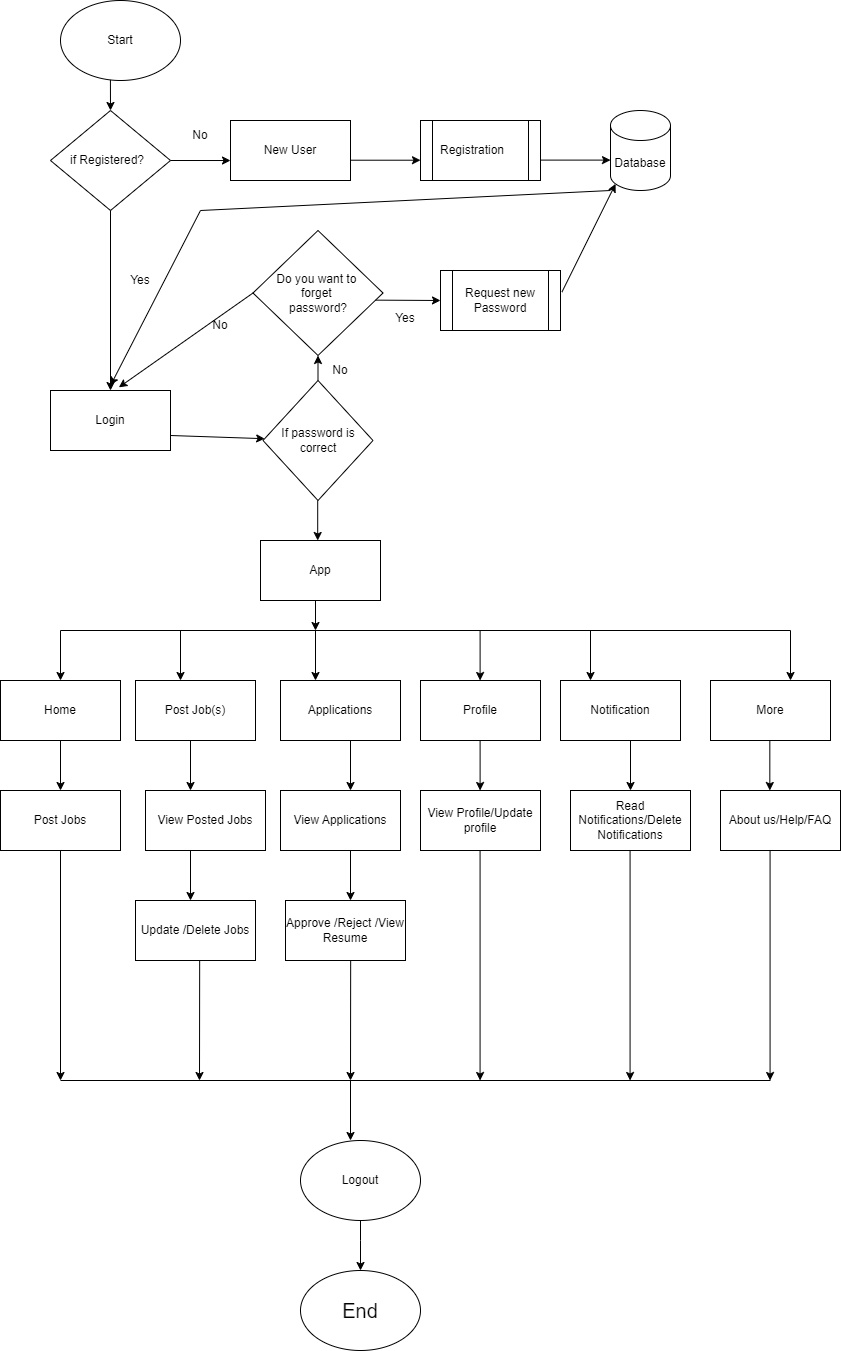
Before: Documentations/Diagrams/empr-flowcharr.drawio.png, a diagram exported from draw.io (Binaya9898/Job-Nexus). Source tidied: cells renumbered, new cells last; positions are measured from the earlier drawing's top-left corner, leaving out a move shared by most shapes.
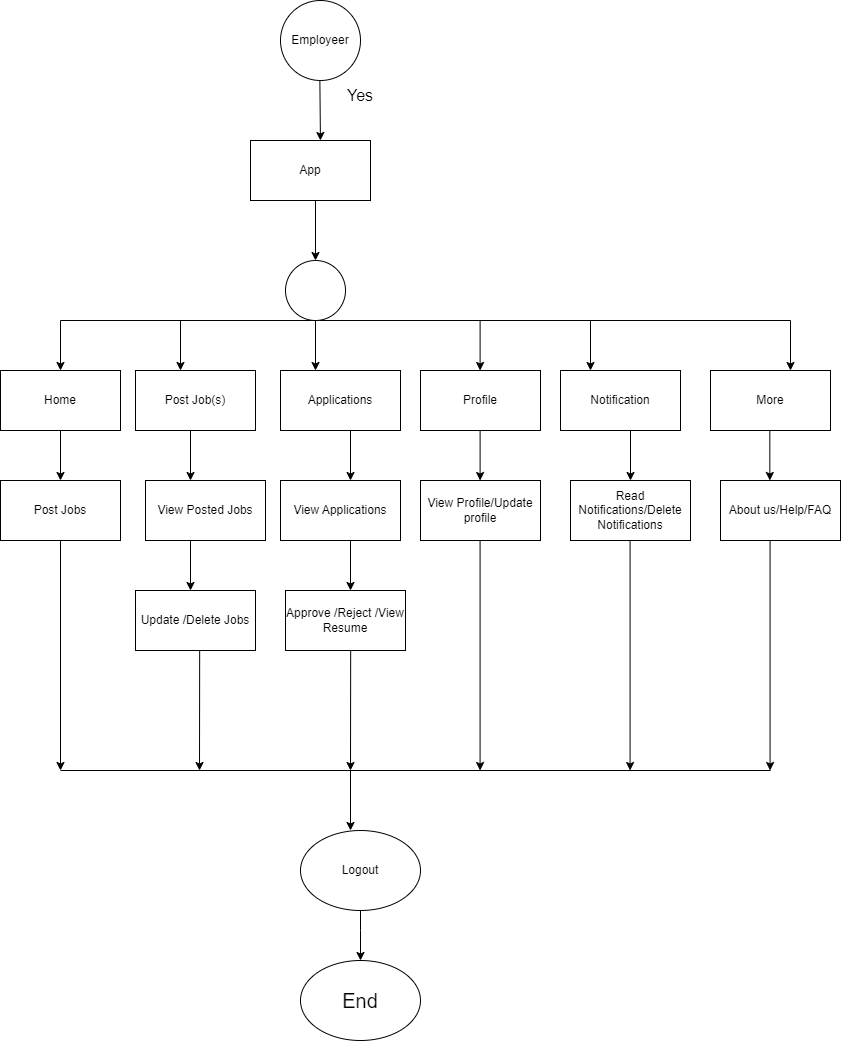
After the change.

What changed in the source:
```diff
@@ -2,102 +2,15 @@
   <root>
     <mxCell id="0" />
     <mxCell id="1" parent="0" />
-    <mxCell id="2" value="Start" style="ellipse;whiteSpace=wrap;html=1;" parent="1" vertex="1">
-      <mxGeometry x="60" width="120" height="80" as="geometry" />
-    </mxCell>
-    <mxCell id="3" value="if Registered?&lt;span style=&quot;white-space: pre;&quot;&gt;&#9;&lt;/span&gt;" style="rhombus;whiteSpace=wrap;html=1;" parent="1" vertex="1">
-      <mxGeometry x="50" y="110" width="120" height="100" as="geometry" />
-    </mxCell>
-    <mxCell id="4" value="Login" style="rounded=0;whiteSpace=wrap;html=1;" parent="1" vertex="1">
-      <mxGeometry x="50" y="390" width="120" height="60" as="geometry" />
-    </mxCell>
-    <mxCell id="5" value="New User" style="rounded=0;whiteSpace=wrap;html=1;" parent="1" vertex="1">
-      <mxGeometry x="230" y="120" width="120" height="60" as="geometry" />
-    </mxCell>
-    <mxCell id="6" value="Registration&lt;span style=&quot;white-space: pre;&quot;&gt;&#9;&lt;/span&gt;" style="shape=process;whiteSpace=wrap;html=1;backgroundOutline=1;" parent="1" vertex="1">
-      <mxGeometry x="420" y="120" width="120" height="60" as="geometry" />
-    </mxCell>
-    <mxCell id="7" value="Database" style="shape=cylinder3;whiteSpace=wrap;html=1;boundedLbl=1;backgroundOutline=1;size=15;" parent="1" vertex="1">
-      <mxGeometry x="610" y="110" width="60" height="80" as="geometry" />
-    </mxCell>
-    <mxCell id="8" value="Do you want to&amp;nbsp;&lt;div&gt;forget&amp;nbsp;&lt;/div&gt;&lt;div&gt;password?&lt;/div&gt;" style="rhombus;whiteSpace=wrap;html=1;" parent="1" vertex="1">
-      <mxGeometry x="252.5" y="230" width="130" height="125" as="geometry" />
-    </mxCell>
-    <mxCell id="9" value="Request new Password" style="shape=process;whiteSpace=wrap;html=1;backgroundOutline=1;" parent="1" vertex="1">
-      <mxGeometry x="440" y="270" width="120" height="60" as="geometry" />
-    </mxCell>
-    <mxCell id="10" value="If password is correct" style="rhombus;whiteSpace=wrap;html=1;" parent="1" vertex="1">
-      <mxGeometry x="262.5" y="380" width="110" height="120" as="geometry" />
-    </mxCell>
-    <mxCell id="11" style="endArrow=classic;html=1;rounded=0;entryX=0;entryY=0.667;entryDx=0;entryDy=0;exitX=1;exitY=0.5;exitDx=0;exitDy=0;entryPerimeter=0;" parent="1" edge="1" source="3" target="5">
-      <mxGeometry relative="1" as="geometry" />
-    </mxCell>
-    <mxCell id="12" style="endArrow=classic;html=1;rounded=0;entryX=0;entryY=0.667;entryDx=0;entryDy=0;exitX=1;exitY=0.5;exitDx=0;exitDy=0;entryPerimeter=0;" parent="1" edge="1">
-      <mxGeometry relative="1" as="geometry">
-        <mxPoint x="350" y="159.7" as="sourcePoint" />
-        <mxPoint x="420" y="159.7" as="targetPoint" />
-      </mxGeometry>
-    </mxCell>
-    <mxCell id="13" style="endArrow=classic;html=1;rounded=0;exitX=1;exitY=0.75;exitDx=0;exitDy=0;" parent="1" edge="1" source="4" target="10">
-      <mxGeometry relative="1" as="geometry" />
-    </mxCell>
-    <mxCell id="14" style="endArrow=classic;html=1;rounded=0;entryX=0;entryY=0.667;entryDx=0;entryDy=0;exitX=1;exitY=0.5;exitDx=0;exitDy=0;entryPerimeter=0;" parent="1" edge="1">
-      <mxGeometry relative="1" as="geometry">
-        <mxPoint x="540" y="159.6" as="sourcePoint" />
-        <mxPoint x="610" y="159.6" as="targetPoint" />
-      </mxGeometry>
-    </mxCell>
-    <mxCell id="15" style="endArrow=classic;html=1;rounded=0;exitX=1;exitY=0.5;exitDx=0;exitDy=0;" parent="1" edge="1">
-      <mxGeometry relative="1" as="geometry">
-        <mxPoint x="375" y="299.6" as="sourcePoint" />
-        <mxPoint x="440" y="300" as="targetPoint" />
-      </mxGeometry>
-    </mxCell>
-    <mxCell id="16" style="endArrow=classic;html=1;rounded=0;exitX=0.416;exitY=0.992;exitDx=0;exitDy=0;entryX=0.5;entryY=0;entryDx=0;entryDy=0;exitPerimeter=0;" parent="1" edge="1" source="2" target="3">
-      <mxGeometry relative="1" as="geometry" />
-    </mxCell>
-    <mxCell id="17" style="endArrow=classic;html=1;rounded=0;exitX=0.5;exitY=0;exitDx=0;exitDy=0;entryX=0.5;entryY=1;entryDx=0;entryDy=0;" parent="1" edge="1" source="10" target="8">
-      <mxGeometry relative="1" as="geometry" />
-    </mxCell>
-    <mxCell id="18" style="endArrow=classic;html=1;rounded=0;" parent="1" edge="1">
+    <mxCell id="18" style="endArrow=classic;html=1;rounded=0;entryX=0.5;entryY=0;entryDx=0;entryDy=0;" parent="1" edge="1">
       <mxGeometry relative="1" as="geometry">
-        <mxPoint x="317.2" y="500" as="sourcePoint" />
-        <mxPoint x="317.2" y="540" as="targetPoint" />
+        <mxPoint x="319.4" y="390" as="sourcePoint" />
+        <mxPoint x="319.9" y="450" as="targetPoint" />
       </mxGeometry>
     </mxCell>
     <mxCell id="19" value="App" style="rounded=0;whiteSpace=wrap;html=1;" parent="1" vertex="1">
-      <mxGeometry x="260" y="540" width="120" height="60" as="geometry" />
+      <mxGeometry x="250" y="450" width="120" height="60" as="geometry" />
     </mxCell>
-    <mxCell id="20" style="edgeStyle=orthogonalEdgeStyle;rounded=0;jettySize=auto;html=1;exitX=0.5;exitY=1;exitDx=0;exitDy=0;" parent="1" edge="1" source="3" target="4">
-      <mxGeometry relative="1" as="geometry" />
-    </mxCell>
-    <mxCell id="21" value="Yes&lt;div&gt;&lt;br&gt;&lt;/div&gt;" style="text;html=1;align=center;verticalAlign=middle;whiteSpace=wrap;rounded=0;" parent="1" vertex="1">
-      <mxGeometry x="375" y="310" width="60" height="30" as="geometry" />
-    </mxCell>
-    <mxCell id="22" value="No" style="text;html=1;align=center;verticalAlign=middle;whiteSpace=wrap;rounded=0;rotation=0;" parent="1" vertex="1">
-      <mxGeometry x="310" y="355" width="60" height="30" as="geometry" />
-    </mxCell>
-    <mxCell id="23" style="endArrow=classic;html=1;rounded=0;entryX=0.085;entryY=0.917;entryDx=0;entryDy=0;entryPerimeter=0;exitX=1.012;exitY=0.359;exitDx=0;exitDy=0;exitPerimeter=0;" parent="1" edge="1" source="9" target="7">
-      <mxGeometry relative="1" as="geometry" />
-    </mxCell>
-    <mxCell id="24" value="Yes" style="text;html=1;align=center;verticalAlign=middle;whiteSpace=wrap;rounded=0;" parent="1" vertex="1">
-      <mxGeometry x="110" y="265" width="60" height="30" as="geometry" />
-    </mxCell>
-    <mxCell id="25" style="endArrow=classic;html=1;rounded=0;entryX=0.57;entryY=-0.053;entryDx=0;entryDy=0;entryPerimeter=0;exitX=0;exitY=0.5;exitDx=0;exitDy=0;" parent="1" edge="1" source="8" target="4">
-      <mxGeometry relative="1" as="geometry" />
-    </mxCell>
-    <mxCell id="26" value="No" style="text;html=1;align=center;verticalAlign=middle;whiteSpace=wrap;rounded=0;rotation=0;" parent="1" vertex="1">
-      <mxGeometry x="190" y="310" width="60" height="30" as="geometry" />
-    </mxCell>
-    <mxCell id="27" value="No" style="text;html=1;align=center;verticalAlign=middle;whiteSpace=wrap;rounded=0;" parent="1" vertex="1">
-      <mxGeometry x="170" y="120" width="60" height="30" as="geometry" />
-    </mxCell>
-    <mxCell id="28" style="endArrow=classic;html=1;rounded=0;" parent="1" edge="1">
-      <mxGeometry relative="1" as="geometry">
-        <mxPoint x="315" y="600" as="sourcePoint" />
-        <mxPoint x="315" y="630" as="targetPoint" />
-      </mxGeometry>
-    </mxCell>
     <mxCell id="29" style="endArrow=none;html=1;rounded=0;" parent="1" edge="1">
       <mxGeometry relative="1" as="geometry">
         <mxPoint x="60" y="630" as="sourcePoint" />
@@ -291,14 +204,19 @@
         </Array>
       </mxGeometry>
     </mxCell>
-    <mxCell id="69" style="endArrow=classic;html=1;rounded=0;" parent="1" edge="1">
-      <mxGeometry relative="1" as="geometry">
-        <mxPoint x="610" y="190" as="sourcePoint" />
-        <mxPoint x="110" y="385" as="targetPoint" />
-        <Array as="points">
-          <mxPoint x="200" y="210" />
-        </Array>
-      </mxGeometry>
-    </mxCell>
+    <mxCell id="70" value="Employeer" style="ellipse;whiteSpace=wrap;html=1;" parent="1" vertex="1">
+      <mxGeometry x="280" y="310" width="80" height="80" as="geometry" />
+    </mxCell>
+    <mxCell id="71" value="Yes" style="text;html=1;align=center;verticalAlign=middle;whiteSpace=wrap;rounded=0;fontSize=16;" parent="1" vertex="1">
+      <mxGeometry x="330" y="390" width="60" height="30" as="geometry" />
+    </mxCell>
+    <mxCell id="72" style="ellipse;whiteSpace=wrap;html=1;" parent="1" vertex="1">
+      <mxGeometry x="285" y="570" width="60" height="60" as="geometry" />
+    </mxCell>
+    <mxCell id="73" style="endArrow=classic;html=1;rounded=0;entryX=0.5;entryY=0;entryDx=0;entryDy=0;" parent="1" edge="1" target="72">
+      <mxGeometry relative="1" as="geometry">
+        <mxPoint x="315" y="510" as="sourcePoint" />
+      </mxGeometry>
+    </mxCell>
   </root>
 </mxGraphModel>
```
